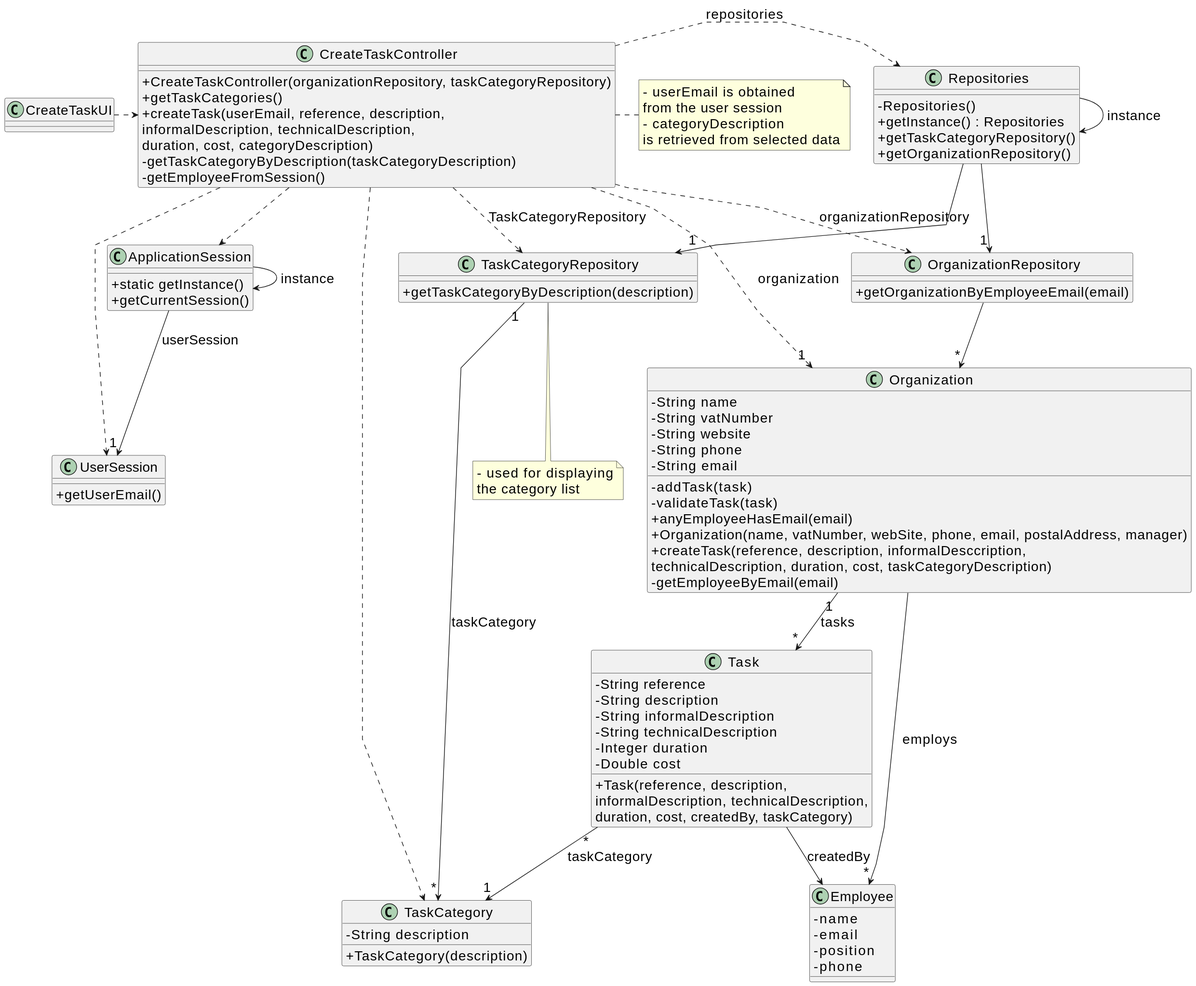
tiagosoa/lei-24-s2-1dgh-g073 keeps this PlantUML diagram as docs/sprint2/us001/03.design/svg/us001-class-diagram.svg. Above is the earlier version. Its diagram source:
```plantuml
@startuml
skinparamlocked defaultFontSize 20
skinparam packageStyle rectangle
skinparam shadowing false
skinparam linetype polyline

skinparam classAttributeIconSize 0


class ApplicationSession
{
    + static getInstance()
    + getCurrentSession()
}

class UserSession
{
    + getUserEmail()
}

class Employee {
    - name
    - email
    - position
    - phone
}

class Task {
    - String reference
    - String description
    - String informalDescription
    - String technicalDescription
    - Integer duration
    - Double cost

    + Task(reference, description,\ninformalDescription, technicalDescription,\nduration, cost, createdBy, taskCategory)
}

class TaskCategory {
    - String description

    + TaskCategory(description)
}

class Organization {
    - String name
    - String vatNumber
    - String website
    - String phone
    - String email

    - addTask(task)
    - validateTask(task)
    + anyEmployeeHasEmail(email)
    + Organization(name, vatNumber, webSite, phone, email, postalAddress, manager)
    + createTask(reference, description, informalDesccription,\ntechnicalDescription, duration, cost, taskCategoryDescription)
    - getEmployeeByEmail(email)

}

class TaskCategoryRepository {
    + getTaskCategoryByDescription(description)
}

class OrganizationRepository {
    + getOrganizationByEmployeeEmail(email)
}

class Repositories {
    - Repositories()
    + getInstance() : Repositories
    + getTaskCategoryRepository()
    + getOrganizationRepository()
}

class CreateTaskController {
    + CreateTaskController(organizationRepository, taskCategoryRepository)
    + getTaskCategories()
    + createTask(userEmail, reference, description,\ninformalDescription, technicalDescription,\nduration, cost, categoryDescription)
    - getTaskCategoryByDescription(taskCategoryDescription)
    - getEmployeeFromSession()
}

note right of CreateTaskController
    - userEmail is obtained
    from the user session
    - categoryDescription
    is retrieved from selected data
end note

note bottom of TaskCategoryRepository
    - used for displaying
    the category list
end note

class CreateTaskUI {
}

Repositories -> Repositories : instance
ApplicationSession -> ApplicationSession : instance

CreateTaskUI .> CreateTaskController

CreateTaskController .> Repositories : repositories

Repositories -> "1" TaskCategoryRepository

CreateTaskController ..> TaskCategory
CreateTaskController ..> OrganizationRepository : organizationRepository
CreateTaskController ..> TaskCategoryRepository : TaskCategoryRepository

Repositories --> "1" OrganizationRepository

OrganizationRepository --> "*" Organization
ApplicationSession --> "1" UserSession : userSession

CreateTaskController ..> "1" Organization : organization
CreateTaskController ..> ApplicationSession
CreateTaskController ..> UserSession
Task "*" --> "1" TaskCategory : taskCategory
TaskCategoryRepository "1" --> "*" TaskCategory : taskCategory
Organization "1" --> "*" Task : tasks
Task --> Employee : createdBy

Organization --> "*" Employee : employs
@enduml
```
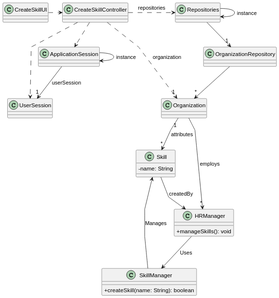
After the change.

Diff of the diagram source:
```diff
@@ -1,5 +1,4 @@
 @startuml
-skinparamlocked defaultFontSize 20
 skinparam packageStyle rectangle
 skinparam shadowing false
 skinparam linetype polyline
@@ -7,120 +6,39 @@
 skinparam classAttributeIconSize 0
 
 
-class ApplicationSession
-{
-    + static getInstance()
-    + getCurrentSession()
+class Skill {
+    - name: String
 }
 
-class UserSession
-{
-    + getUserEmail()
+class SkillManager {
+    + createSkill(name: String): boolean
 }
 
-class Employee {
-    - name
-    - email
-    - position
-    - phone
+class HRManager {
+    + manageSkills(): void
 }
 
-class Task {
-    - String reference
-    - String description
-    - String informalDescription
-    - String technicalDescription
-    - Integer duration
-    - Double cost
+SkillManager --> Skill: Manages
+HRManager --> SkillManager: Uses
 
-    + Task(reference, description,\ninformalDescription, technicalDescription,\nduration, cost, createdBy, taskCategory)
-}
-
-class TaskCategory {
-    - String description
-
-    + TaskCategory(description)
-}
-
-class Organization {
-    - String name
-    - String vatNumber
-    - String website
-    - String phone
-    - String email
-
-    - addTask(task)
-    - validateTask(task)
-    + anyEmployeeHasEmail(email)
-    + Organization(name, vatNumber, webSite, phone, email, postalAddress, manager)
-    + createTask(reference, description, informalDesccription,\ntechnicalDescription, duration, cost, taskCategoryDescription)
-    - getEmployeeByEmail(email)
-
-}
-
-class TaskCategoryRepository {
-    + getTaskCategoryByDescription(description)
-}
-
-class OrganizationRepository {
-    + getOrganizationByEmployeeEmail(email)
-}
-
-class Repositories {
-    - Repositories()
-    + getInstance() : Repositories
-    + getTaskCategoryRepository()
-    + getOrganizationRepository()
-}
-
-class CreateTaskController {
-    + CreateTaskController(organizationRepository, taskCategoryRepository)
-    + getTaskCategories()
-    + createTask(userEmail, reference, description,\ninformalDescription, technicalDescription,\nduration, cost, categoryDescription)
-    - getTaskCategoryByDescription(taskCategoryDescription)
-    - getEmployeeFromSession()
-}
-
-note right of CreateTaskController
-    - userEmail is obtained
-    from the user session
-    - categoryDescription
-    is retrieved from selected data
-end note
-
-note bottom of TaskCategoryRepository
-    - used for displaying
-    the category list
-end note
-
-class CreateTaskUI {
-}
 
 Repositories -> Repositories : instance
 ApplicationSession -> ApplicationSession : instance
 
-CreateTaskUI .> CreateTaskController
+CreateSkillUI .> CreateSkillController
 
-CreateTaskController .> Repositories : repositories
-
-Repositories -> "1" TaskCategoryRepository
-
-CreateTaskController ..> TaskCategory
-CreateTaskController ..> OrganizationRepository : organizationRepository
-CreateTaskController ..> TaskCategoryRepository : TaskCategoryRepository
+CreateSkillController .> Repositories : repositories
 
 Repositories --> "1" OrganizationRepository
 
 OrganizationRepository --> "*" Organization
 ApplicationSession --> "1" UserSession : userSession
 
-CreateTaskController ..> "1" Organization : organization
-CreateTaskController ..> ApplicationSession
-CreateTaskController ..> UserSession
-Task "*" --> "1" TaskCategory : taskCategory
-TaskCategoryRepository "1" --> "*" TaskCategory : taskCategory
-Organization "1" --> "*" Task : tasks
-Task --> Employee : createdBy
+CreateSkillController ..> "1" Organization : organization
+CreateSkillController ..> ApplicationSession
+CreateSkillController ..> UserSession
+Organization "1" --> "*" Skill : attributes
+Skill --> HRManager : createdBy
 
-Organization --> "*" Employee : employs
+Organization --> "*" HRManager : employs
 @enduml
```
